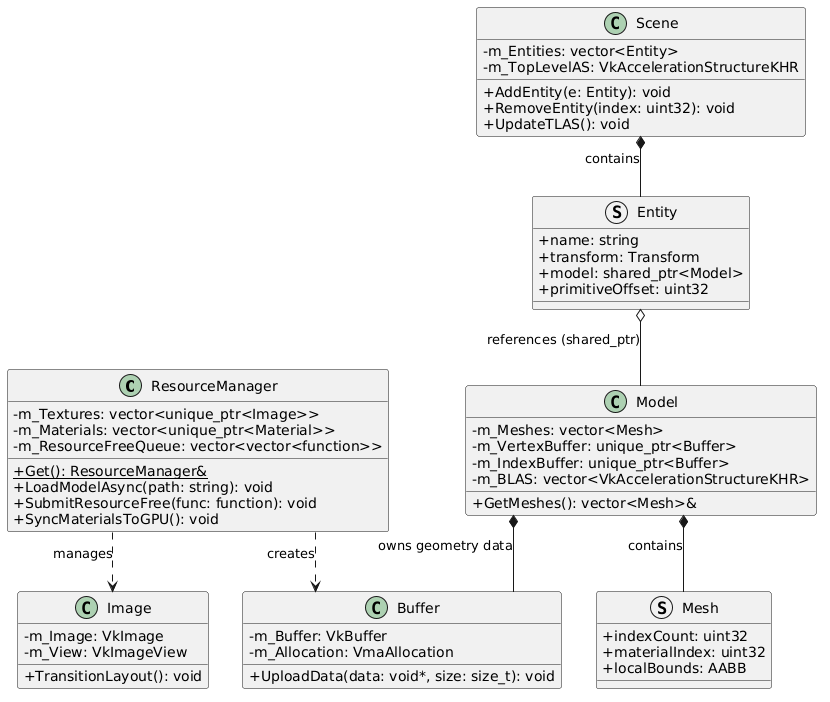
Before: figures/chapter3/resource_scene_class_diagram.png, a diagram exported from PlantUML (CadenXc/NMUExperiment). The source it was exported from:
```plantuml
@startuml
skinparam classAttributeIconSize 0
skinparam linetype ortho

class ResourceManager {
    - m_Textures: vector<unique_ptr<Image>>
    - m_Materials: vector<unique_ptr<Material>>
    - m_ResourceFreeQueue: vector<vector<function>>
    + {static} Get(): ResourceManager&
    + LoadModelAsync(path: string): void
    + SubmitResourceFree(func: function): void
    + SyncMaterialsToGPU(): void
}

class Buffer {
    - m_Buffer: VkBuffer
    - m_Allocation: VmaAllocation
    + UploadData(data: void*, size: size_t): void
}

class Image {
    - m_Image: VkImage
    - m_View: VkImageView
    + TransitionLayout(): void
}

class Scene {
    - m_Entities: vector<Entity>
    - m_TopLevelAS: VkAccelerationStructureKHR
    + AddEntity(e: Entity): void
    + RemoveEntity(index: uint32): void
    + UpdateTLAS(): void
}

struct Entity {
    + name: string
    + transform: Transform
    + model: shared_ptr<Model>
    + primitiveOffset: uint32
}

class Model {
    - m_Meshes: vector<Mesh>
    - m_VertexBuffer: unique_ptr<Buffer>
    - m_IndexBuffer: unique_ptr<Buffer>
    - m_BLAS: vector<VkAccelerationStructureKHR>
    + GetMeshes(): vector<Mesh>&
}

struct Mesh {
    + indexCount: uint32
    + materialIndex: uint32
    + localBounds: AABB
}

ResourceManager ..> Buffer : "creates"
ResourceManager ..> Image : "manages"

Scene *-- Entity : "contains"
Entity o-- Model : "references (shared_ptr)"
Model *-- Mesh : "contains"
Model *-- Buffer : "owns geometry data"
@enduml
```
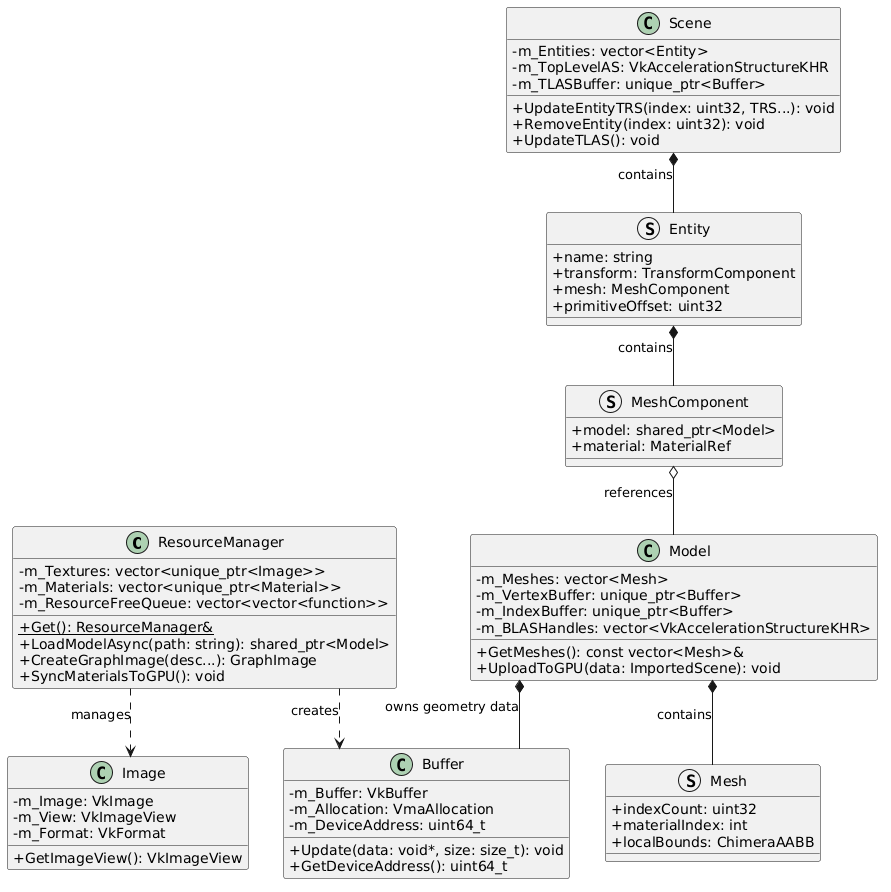
The same file after the commit.

What changed in the source:
```diff
@@ -7,57 +7,68 @@
     - m_Materials: vector<unique_ptr<Material>>
     - m_ResourceFreeQueue: vector<vector<function>>
     + {static} Get(): ResourceManager&
-    + LoadModelAsync(path: string): void
-    + SubmitResourceFree(func: function): void
+    + LoadModelAsync(path: string): shared_ptr<Model>
+    + CreateGraphImage(desc...): GraphImage
     + SyncMaterialsToGPU(): void
 }
 
 class Buffer {
     - m_Buffer: VkBuffer
     - m_Allocation: VmaAllocation
-    + UploadData(data: void*, size: size_t): void
+    - m_DeviceAddress: uint64_t
+    + Update(data: void*, size: size_t): void
+    + GetDeviceAddress(): uint64_t
 }
 
 class Image {
     - m_Image: VkImage
     - m_View: VkImageView
-    + TransitionLayout(): void
+    - m_Format: VkFormat
+    + GetImageView(): VkImageView
 }
 
 class Scene {
     - m_Entities: vector<Entity>
     - m_TopLevelAS: VkAccelerationStructureKHR
-    + AddEntity(e: Entity): void
+    - m_TLASBuffer: unique_ptr<Buffer>
+    + UpdateEntityTRS(index: uint32, TRS...): void
     + RemoveEntity(index: uint32): void
     + UpdateTLAS(): void
 }
 
 struct Entity {
     + name: string
-    + transform: Transform
+    + transform: TransformComponent
+    + mesh: MeshComponent
+    + primitiveOffset: uint32
+}
+
+struct MeshComponent {
     + model: shared_ptr<Model>
-    + primitiveOffset: uint32
+    + material: MaterialRef
 }
 
 class Model {
     - m_Meshes: vector<Mesh>
     - m_VertexBuffer: unique_ptr<Buffer>
     - m_IndexBuffer: unique_ptr<Buffer>
-    - m_BLAS: vector<VkAccelerationStructureKHR>
-    + GetMeshes(): vector<Mesh>&
+    - m_BLASHandles: vector<VkAccelerationStructureKHR>
+    + GetMeshes(): const vector<Mesh>&
+    + UploadToGPU(data: ImportedScene): void
 }
 
 struct Mesh {
     + indexCount: uint32
-    + materialIndex: uint32
-    + localBounds: AABB
+    + materialIndex: int
+    + localBounds: ChimeraAABB
 }
 
 ResourceManager ..> Buffer : "creates"
 ResourceManager ..> Image : "manages"
 
 Scene *-- Entity : "contains"
-Entity o-- Model : "references (shared_ptr)"
+Entity *-- MeshComponent : "contains"
+MeshComponent o-- Model : "references"
 Model *-- Mesh : "contains"
 Model *-- Buffer : "owns geometry data"
 @enduml
```
